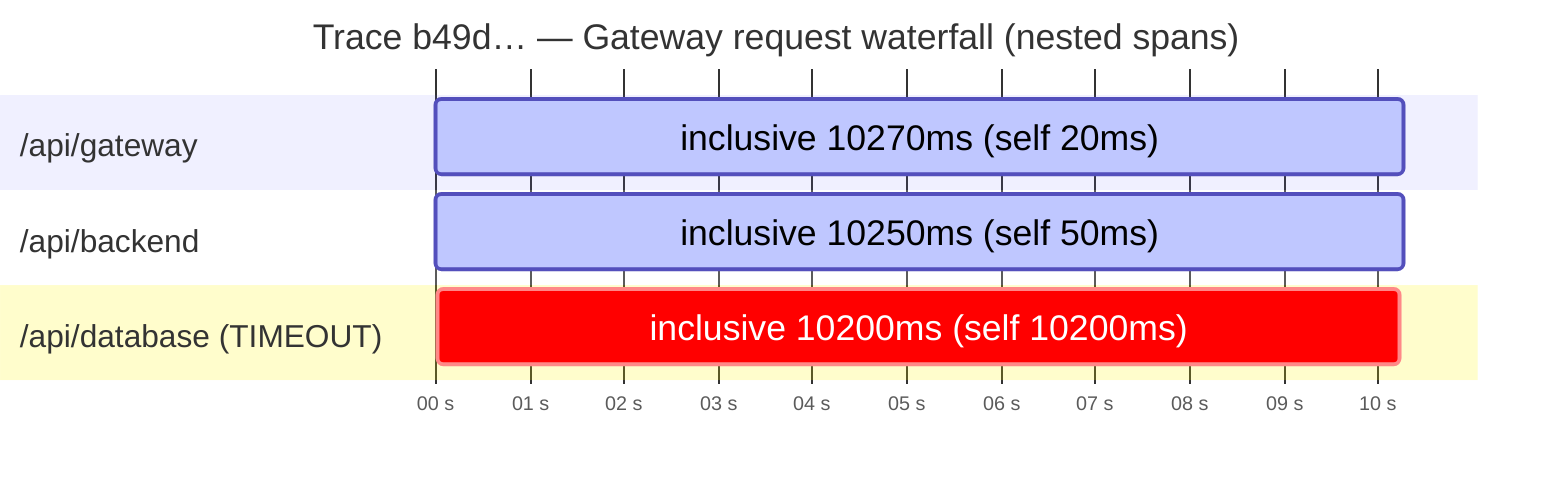
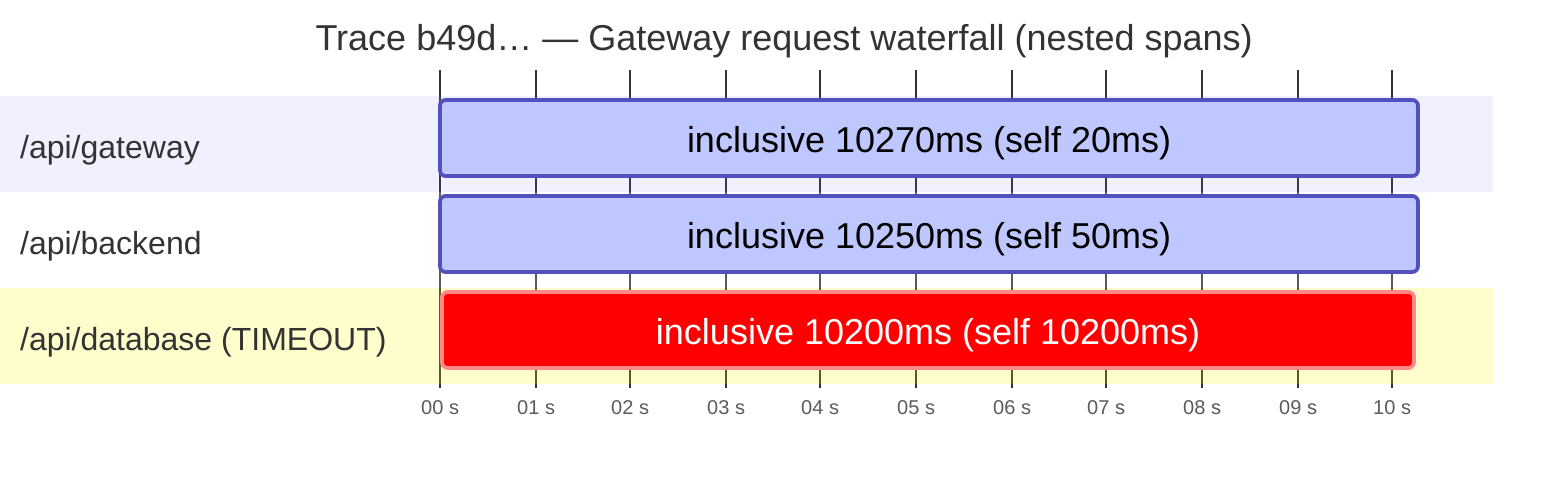
- %%{init: {'gantt': {'fontSize': 18, 'sectionFontSize': 16, 'barHeight': 38, 'barGap': 10, 'topPadding': 50, 'leftPadding': 220}}}%%
+ %%{init: {'gantt': {'useMaxWidth': false, 'fontSize': 18, 'sectionFontSize': 16, 'barHeight': 38, 'barGap': 10, 'topPadding': 50, 'leftPadding': 220}}}%%
gantt
    title Trace b49d… — Gateway request waterfall (nested spans)
    dateFormat x
    axisFormat %S s
    section /api/gateway
        inclusive 10270ms (self 20ms)     : active, 0, 10270
    section /api/backend
        inclusive 10250ms (self 50ms)     : active, 10, 10260
    section /api/database (TIMEOUT)
        inclusive 10200ms (self 10200ms)  : crit, 30, 10230
